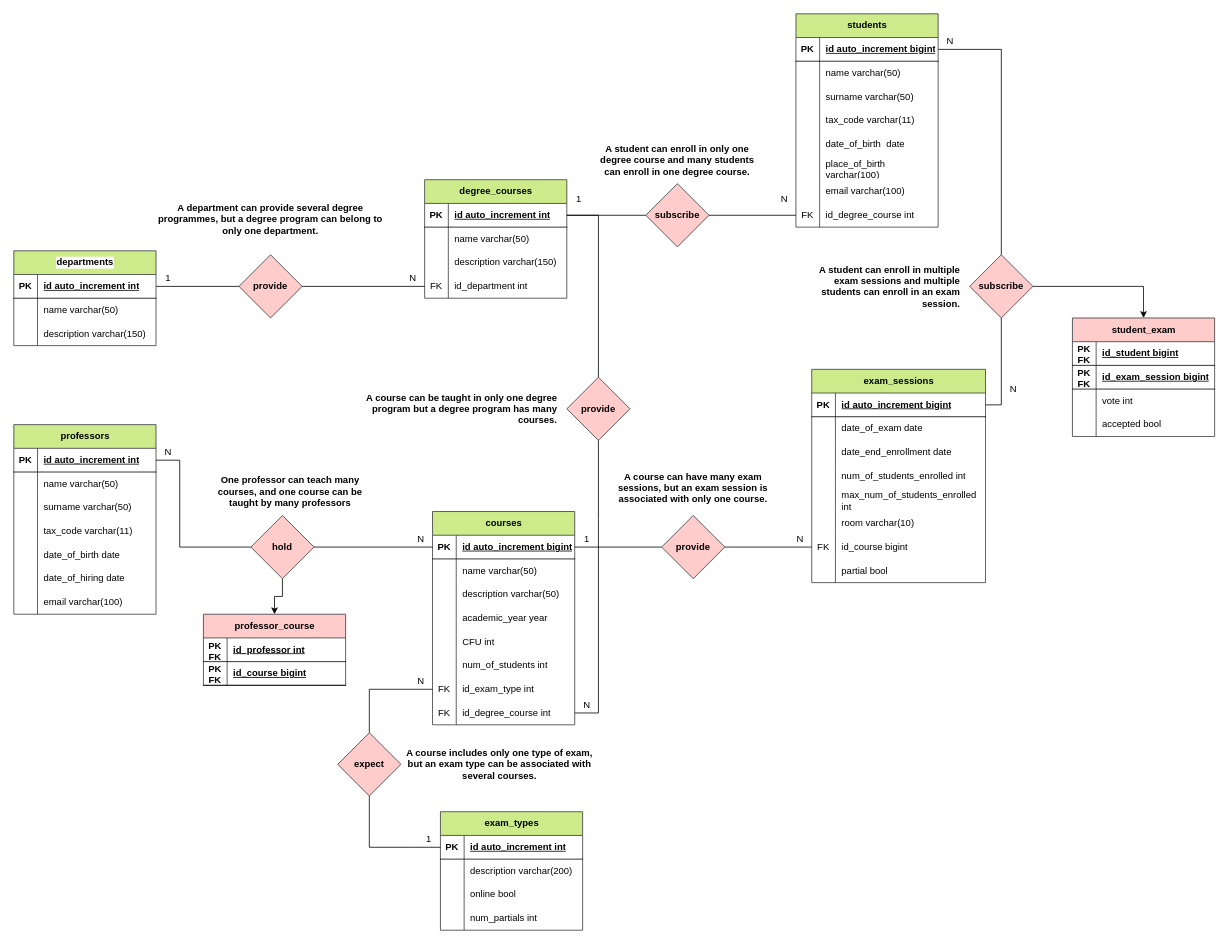
This is db_university.drawio from totarochristian/db-university, a draw.io file, before an edit. Source tidied: cells renumbered, new cells numbered last; positions are measured from the earlier drawing's top-left corner, leaving out a move shared by most shapes. Both pictures are drawn from the tidied source at 79%, with x=0, y=0 at pixel (13, 13).
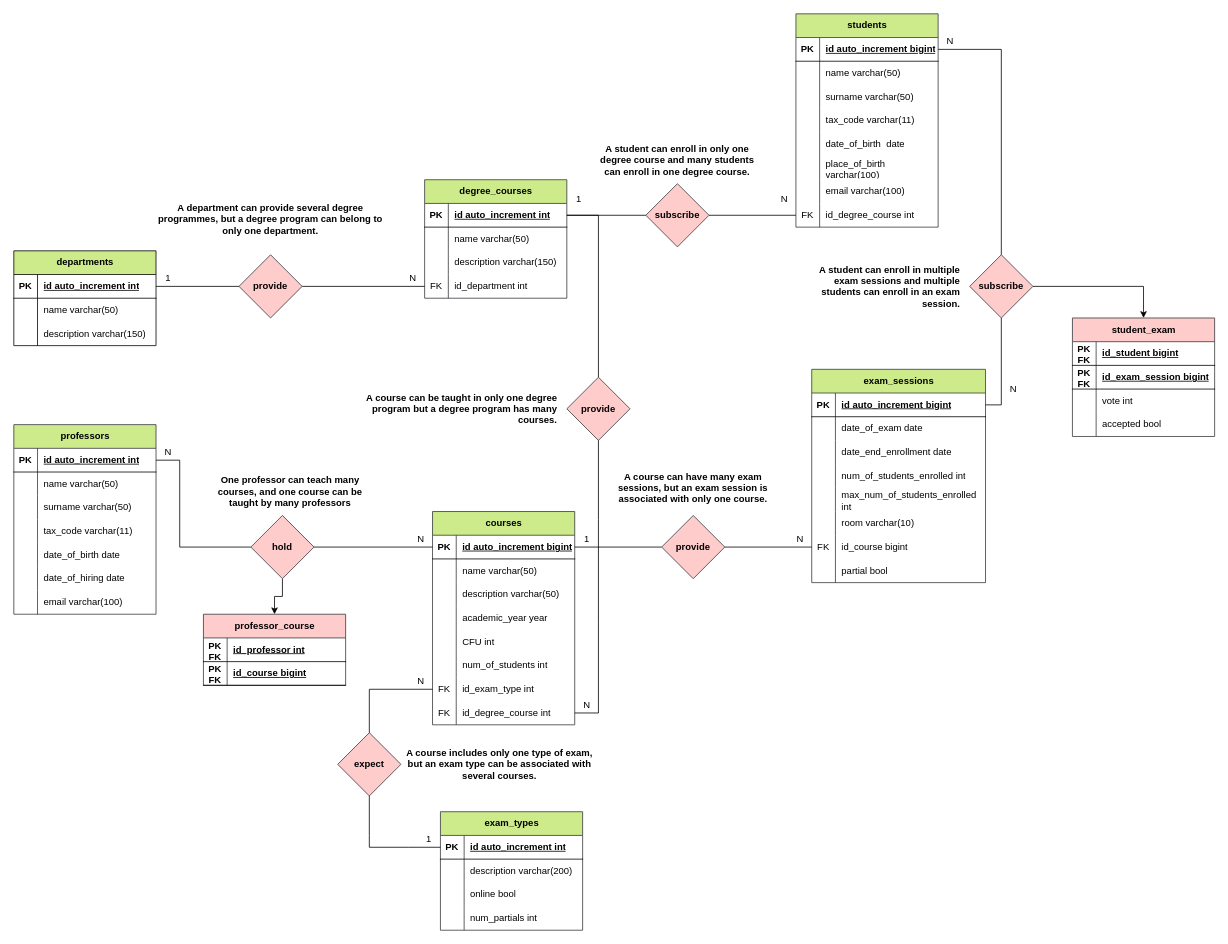
Above is the later version.

Commit message (it also covers changes not shown here):
Update the bg color of the text in the departments table

The edit, as a diff of the source:
```diff
@@
-    <mxCell id="3" value="departments" style="shape=table;startSize=30;childLayout=tableLayout;rowLines=0;fontStyle=1;align=center;html=1;labelBackgroundColor=default;fillColor=#cdeb8b;strokeColor=#36393d;" parent="1" vertex="1">
+    <mxCell id="3" value="departments" style="shape=table;startSize=30;childLayout=tableLayout;rowLines=0;fontStyle=1;align=center;html=1;labelBackgroundColor=none;fillColor=#cdeb8b;strokeColor=default;" parent="1" vertex="1">
       <mxGeometry y="300" width="180" height="120" as="geometry" />
     </mxCell>
```
